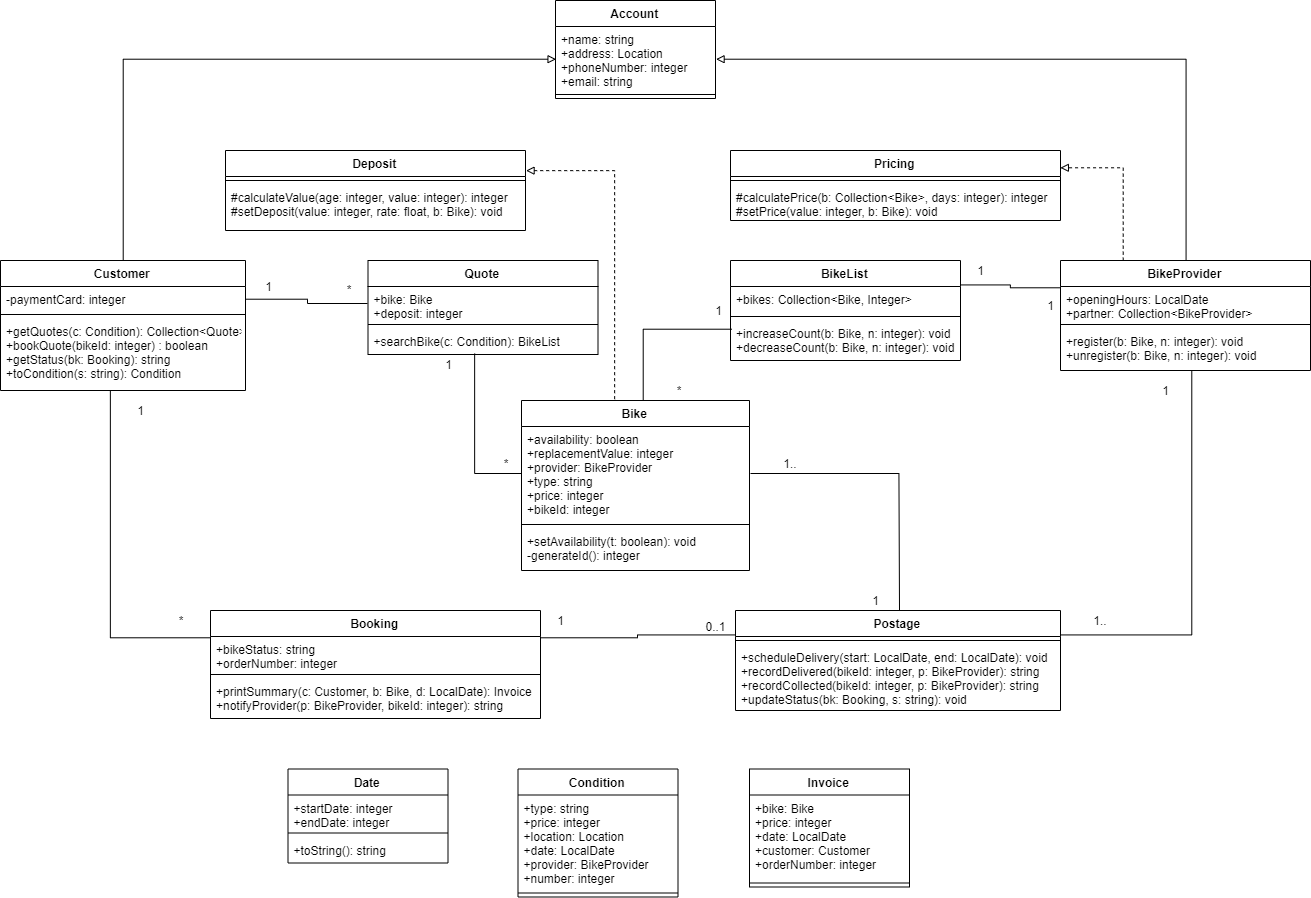
Earlier version of the draw.io export diagram/cw2_class_diagram.png (SatoMichi/SE_CW_Bike_Rental_System). Source tidied: cells renumbered, new cells last; positions are measured from the earlier drawing's top-left corner, leaving out a move shared by most shapes.
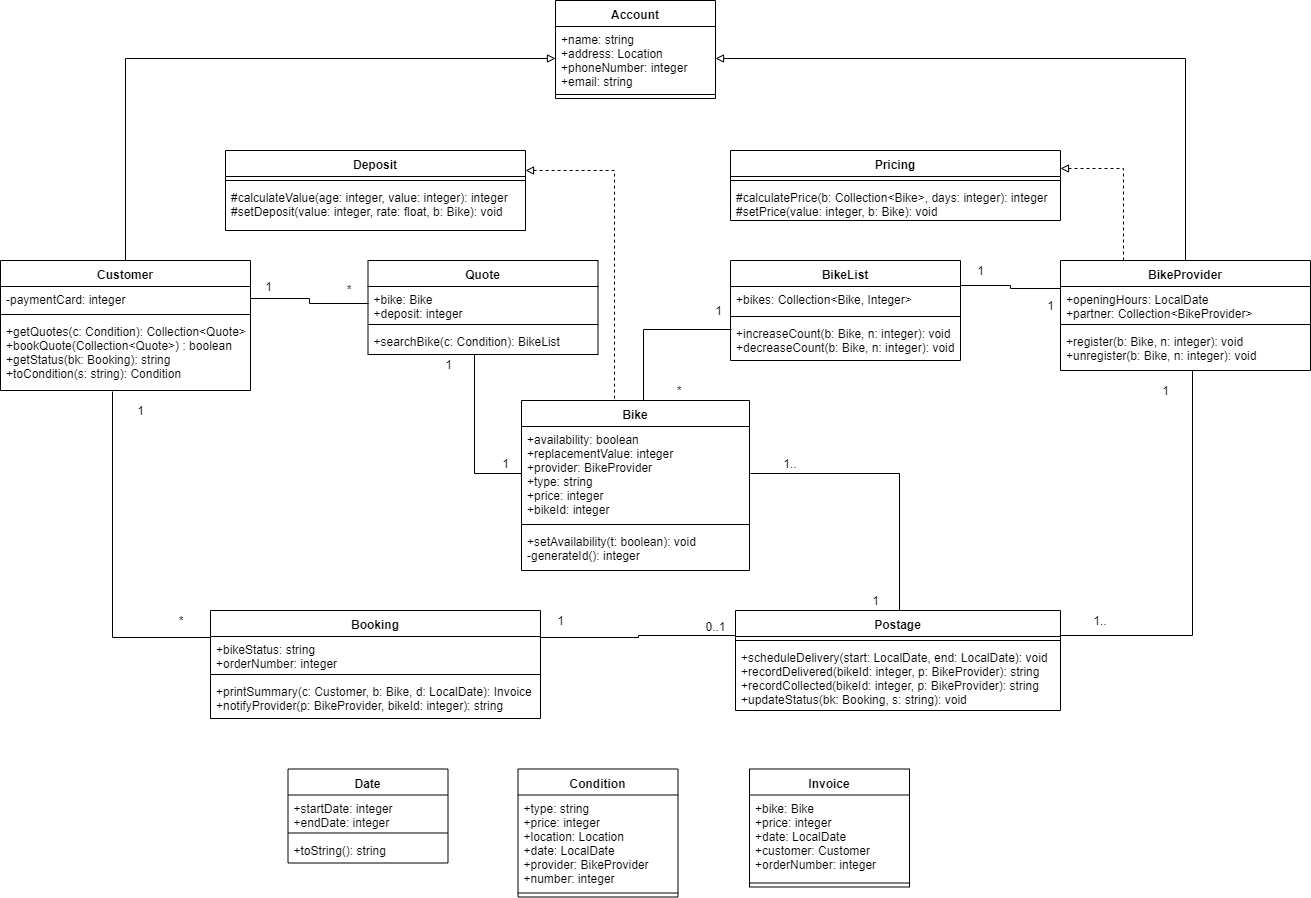
The same file after the commit.

What changed in the source:
```diff
@@ -15,16 +15,16 @@
       <mxGeometry relative="1" as="geometry" />
     </mxCell>
     <mxCell id="6" value="Customer" style="swimlane;fontStyle=1;align=center;verticalAlign=top;horizontal=1;startSize=26;" parent="1" vertex="1">
-      <mxGeometry y="260" width="245" height="130" as="geometry" />
+      <mxGeometry y="260" width="250" height="130" as="geometry" />
     </mxCell>
     <mxCell id="7" value="-paymentCard: integer" style="text;strokeColor=none;fillColor=none;align=left;verticalAlign=top;spacingLeft=4;spacingRight=4;overflow=hidden;points=[[0,0.5],[1,0.5]];portConstraint=eastwest;" parent="6" vertex="1">
-      <mxGeometry y="26" width="245" height="24" as="geometry" />
+      <mxGeometry y="26" width="250" height="24" as="geometry" />
     </mxCell>
     <mxCell id="8" style="line;strokeWidth=1;fillColor=none;align=left;verticalAlign=middle;spacingTop=-1;spacingLeft=3;spacingRight=3;labelPosition=right;" parent="6" vertex="1">
-      <mxGeometry y="50" width="245" height="8" as="geometry" />
+      <mxGeometry y="50" width="250" height="8" as="geometry" />
     </mxCell>
-    <mxCell id="9" value="+getQuotes(c: Condition): Collection&lt;Quote&gt;&#10;+bookQuote(bikeId: integer) : boolean&#10;+getStatus(bk: Booking): string&#10;+toCondition(s: string): Condition" style="text;strokeColor=none;fillColor=none;align=left;verticalAlign=top;spacingLeft=4;spacingRight=4;overflow=hidden;points=[[0,0.5],[1,0.5]];portConstraint=eastwest;" parent="6" vertex="1">
-      <mxGeometry y="58" width="245" height="72" as="geometry" />
+    <mxCell id="9" value="+getQuotes(c: Condition): Collection&lt;Quote&gt;&#10;+bookQuote(Collection&lt;Quote&gt;) : boolean&#10;+getStatus(bk: Booking): string&#10;+toCondition(s: string): Condition" style="text;strokeColor=none;fillColor=none;align=left;verticalAlign=top;spacingLeft=4;spacingRight=4;overflow=hidden;points=[[0,0.5],[1,0.5]];portConstraint=eastwest;" parent="6" vertex="1">
+      <mxGeometry y="58" width="250" height="72" as="geometry" />
     </mxCell>
     <mxCell id="10" style="edgeStyle=orthogonalEdgeStyle;rounded=0;jettySize=auto;html=1;exitX=0.5;exitY=0;exitDx=0;exitDy=0;entryX=1;entryY=0.5;entryDx=0;entryDy=0;startArrow=none;startFill=0;endArrow=block;endFill=0;" parent="1" edge="1" source="12" target="3">
       <mxGeometry relative="1" as="geometry" />
@@ -194,7 +194,7 @@
     <mxCell id="64" value="1" style="text;html=1;strokeColor=none;fillColor=none;align=center;verticalAlign=middle;whiteSpace=wrap;rounded=0;" parent="1" vertex="1">
       <mxGeometry x="428" y="354" width="40" height="20" as="geometry" />
     </mxCell>
-    <mxCell id="65" value="*" style="text;html=1;strokeColor=none;fillColor=none;align=center;verticalAlign=middle;whiteSpace=wrap;rounded=0;" parent="1" vertex="1">
+    <mxCell id="65" value="1" style="text;html=1;strokeColor=none;fillColor=none;align=center;verticalAlign=middle;whiteSpace=wrap;rounded=0;" parent="1" vertex="1">
       <mxGeometry x="485" y="453" width="40" height="20" as="geometry" />
     </mxCell>
     <mxCell id="66" value="*" style="text;html=1;strokeColor=none;fillColor=none;align=center;verticalAlign=middle;whiteSpace=wrap;rounded=0;" parent="1" vertex="1">
```
